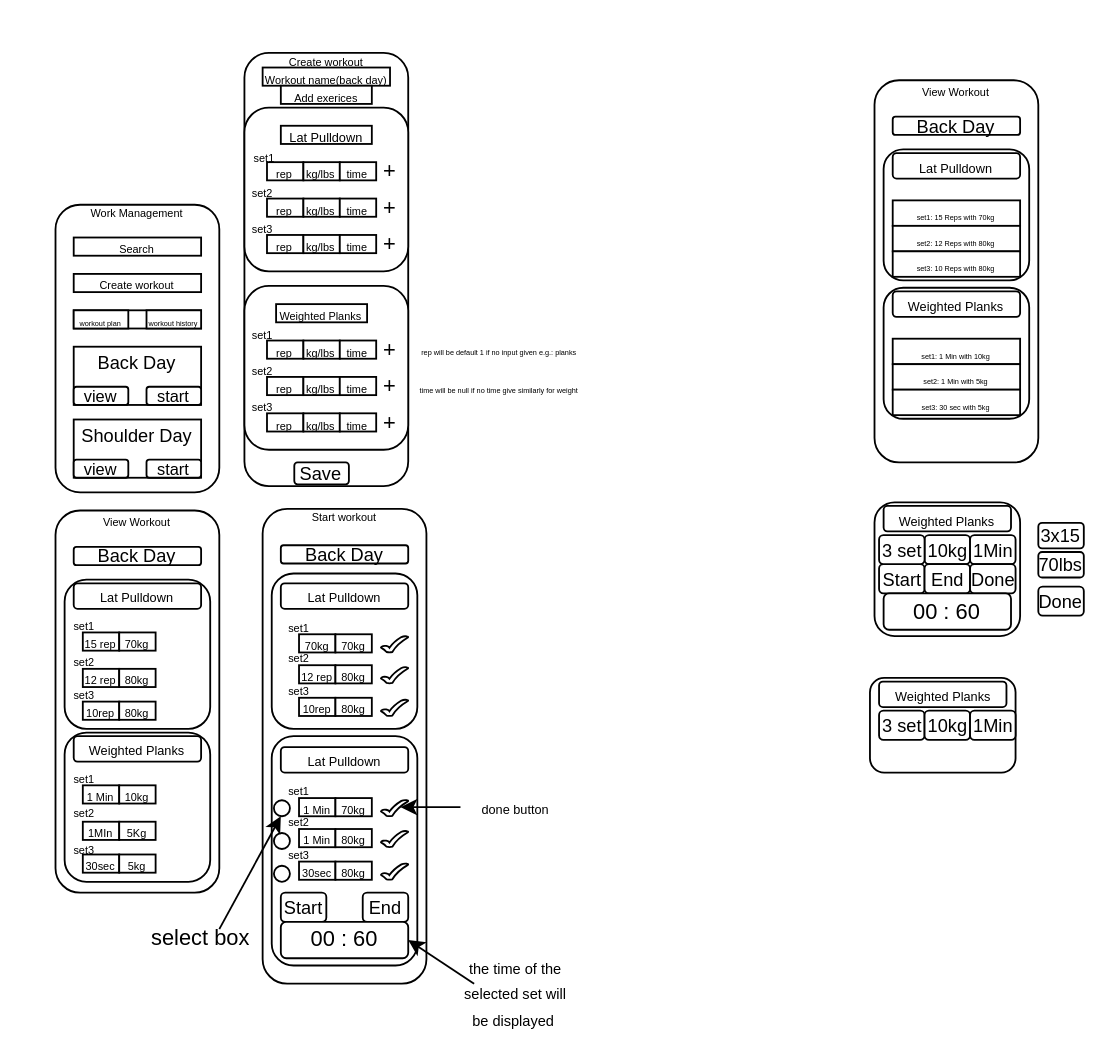
Earlier version of the draw.io diagram Backend/workout_page.drawio (Madannadar/Gym-site). Source tidied: cells renumbered, new cells numbered last; positions are measured from the earlier drawing's top-left corner, leaving out a move shared by most shapes. Both pictures are drawn from the tidied source at 182%, with x=0, y=0 at pixel (29, 31).
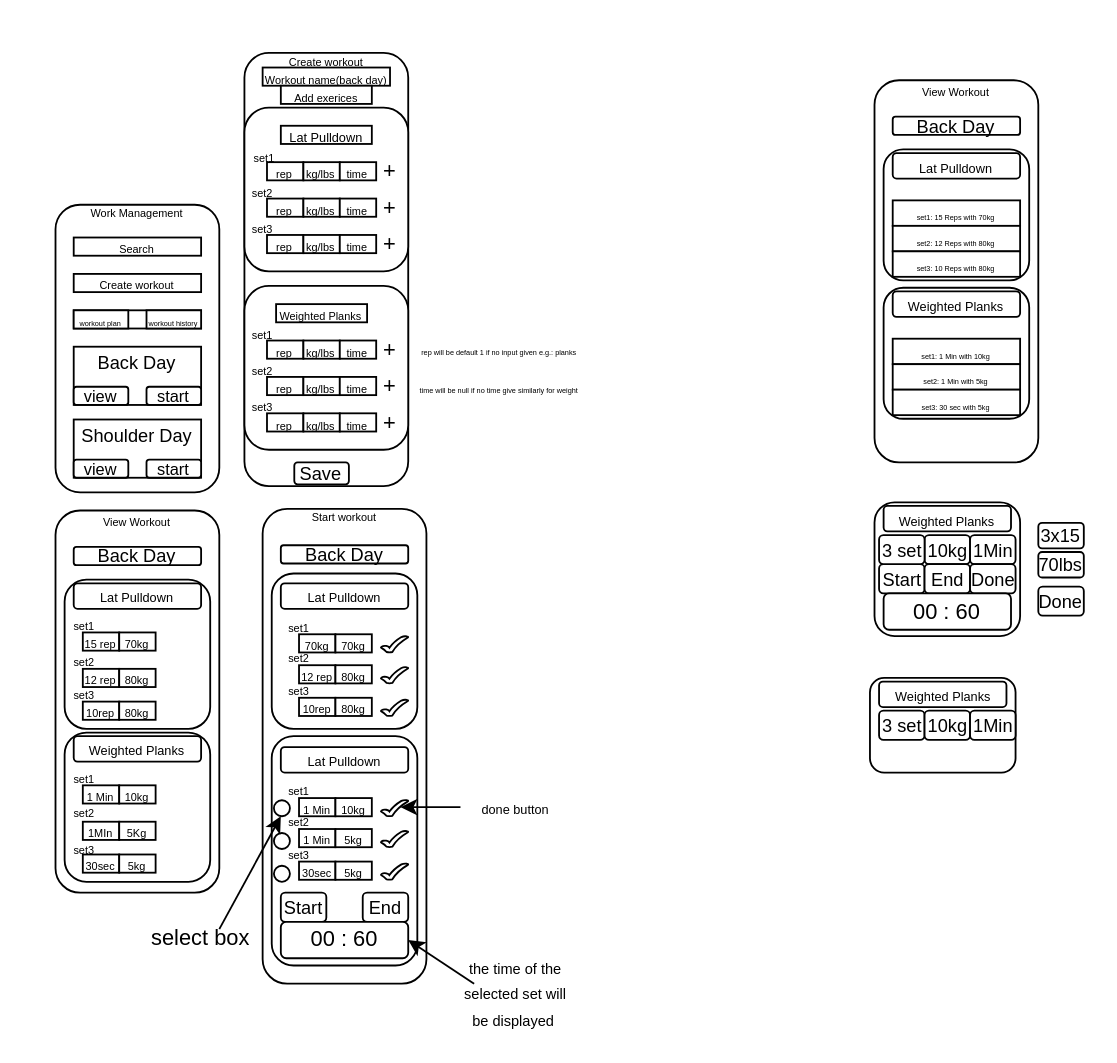
The same page after the edit.

Change to the diagram source:
```diff
@@
-    <mxCell id="134" value="&lt;span style=&quot;font-size: 6px;&quot;&gt;70kg&lt;/span&gt;" style="rounded=0;whiteSpace=wrap;html=1;" parent="1" vertex="1">
+    <mxCell id="134" value="&lt;span style=&quot;font-size: 6px;&quot;&gt;10kg&lt;/span&gt;" style="rounded=0;whiteSpace=wrap;html=1;" parent="1" vertex="1">
       <mxGeometry x="167.8" y="421" width="20" height="10" as="geometry" />
     </mxCell>
@@
-    <mxCell id="137" value="&lt;span style=&quot;font-size: 6px;&quot;&gt;80kg&lt;/span&gt;" style="rounded=0;whiteSpace=wrap;html=1;" parent="1" vertex="1">
+    <mxCell id="137" value="&lt;span style=&quot;font-size: 6px;&quot;&gt;5kg&lt;/span&gt;" style="rounded=0;whiteSpace=wrap;html=1;" parent="1" vertex="1">
       <mxGeometry x="167.8" y="438" width="20" height="10" as="geometry" />
     </mxCell>
@@
-    <mxCell id="140" value="&lt;span style=&quot;font-size: 6px;&quot;&gt;80kg&lt;/span&gt;" style="rounded=0;whiteSpace=wrap;html=1;" parent="1" vertex="1">
+    <mxCell id="140" value="&lt;span style=&quot;font-size: 6px;&quot;&gt;5kg&lt;/span&gt;" style="rounded=0;whiteSpace=wrap;html=1;" parent="1" vertex="1">
       <mxGeometry x="167.8" y="455.9" width="20" height="10" as="geometry" />
     </mxCell>
```
